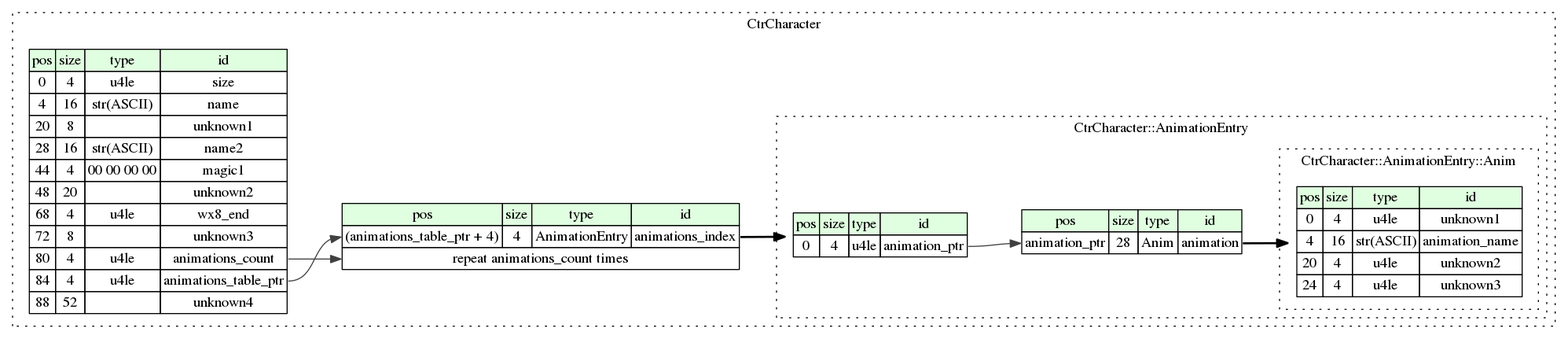
This is graphviz/ctr_character.png from tatref/libctr, a Graphviz export, as it was before one commit. Its source is kept beside it as graphviz/ctr_character.dot.
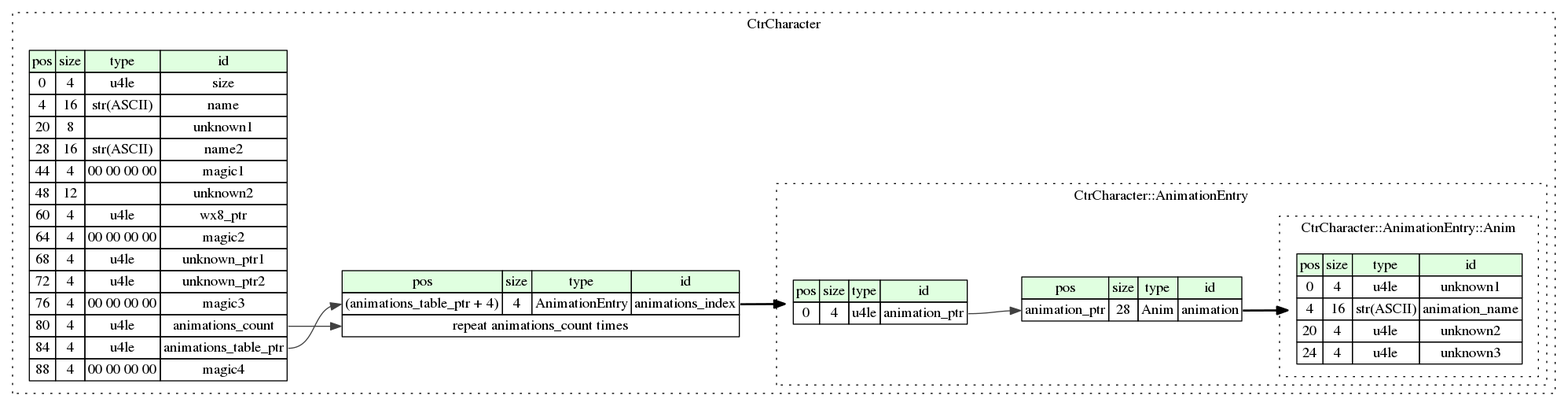
After the commit.

Commit message:
more character headers

What changed in the source:
```diff
@@ -12,12 +12,15 @@
 			<TR><TD PORT="unknown1_pos">20</TD><TD PORT="unknown1_size">8</TD><TD></TD><TD PORT="unknown1_type">unknown1</TD></TR>
 			<TR><TD PORT="name2_pos">28</TD><TD PORT="name2_size">16</TD><TD>str(ASCII)</TD><TD PORT="name2_type">name2</TD></TR>
 			<TR><TD PORT="magic1_pos">44</TD><TD PORT="magic1_size">4</TD><TD>00 00 00 00</TD><TD PORT="magic1_type">magic1</TD></TR>
-			<TR><TD PORT="unknown2_pos">48</TD><TD PORT="unknown2_size">20</TD><TD></TD><TD PORT="unknown2_type">unknown2</TD></TR>
-			<TR><TD PORT="wx8_end_pos">68</TD><TD PORT="wx8_end_size">4</TD><TD>u4le</TD><TD PORT="wx8_end_type">wx8_end</TD></TR>
-			<TR><TD PORT="unknown3_pos">72</TD><TD PORT="unknown3_size">8</TD><TD></TD><TD PORT="unknown3_type">unknown3</TD></TR>
+			<TR><TD PORT="unknown2_pos">48</TD><TD PORT="unknown2_size">12</TD><TD></TD><TD PORT="unknown2_type">unknown2</TD></TR>
+			<TR><TD PORT="wx8_ptr_pos">60</TD><TD PORT="wx8_ptr_size">4</TD><TD>u4le</TD><TD PORT="wx8_ptr_type">wx8_ptr</TD></TR>
+			<TR><TD PORT="magic2_pos">64</TD><TD PORT="magic2_size">4</TD><TD>00 00 00 00</TD><TD PORT="magic2_type">magic2</TD></TR>
+			<TR><TD PORT="unknown_ptr1_pos">68</TD><TD PORT="unknown_ptr1_size">4</TD><TD>u4le</TD><TD PORT="unknown_ptr1_type">unknown_ptr1</TD></TR>
+			<TR><TD PORT="unknown_ptr2_pos">72</TD><TD PORT="unknown_ptr2_size">4</TD><TD>u4le</TD><TD PORT="unknown_ptr2_type">unknown_ptr2</TD></TR>
+			<TR><TD PORT="magic3_pos">76</TD><TD PORT="magic3_size">4</TD><TD>00 00 00 00</TD><TD PORT="magic3_type">magic3</TD></TR>
 			<TR><TD PORT="animations_count_pos">80</TD><TD PORT="animations_count_size">4</TD><TD>u4le</TD><TD PORT="animations_count_type">animations_count</TD></TR>
 			<TR><TD PORT="animations_table_ptr_pos">84</TD><TD PORT="animations_table_ptr_size">4</TD><TD>u4le</TD><TD PORT="animations_table_ptr_type">animations_table_ptr</TD></TR>
-			<TR><TD PORT="unknown4_pos">88</TD><TD PORT="unknown4_size">52</TD><TD></TD><TD PORT="unknown4_type">unknown4</TD></TR>
+			<TR><TD PORT="magic4_pos">88</TD><TD PORT="magic4_size">4</TD><TD>00 00 00 00</TD><TD PORT="magic4_type">magic4</TD></TR>
 		</TABLE>>];
 		ctr_character__inst__animations_index [label=<<TABLE BORDER="0" CELLBORDER="1" CELLSPACING="0">
 			<TR><TD BGCOLOR="#E0FFE0">pos</TD><TD BGCOLOR="#E0FFE0">size</TD><TD BGCOLOR="#E0FFE0">type</TD><TD BGCOLOR="#E0FFE0">id</TD></TR>
```
